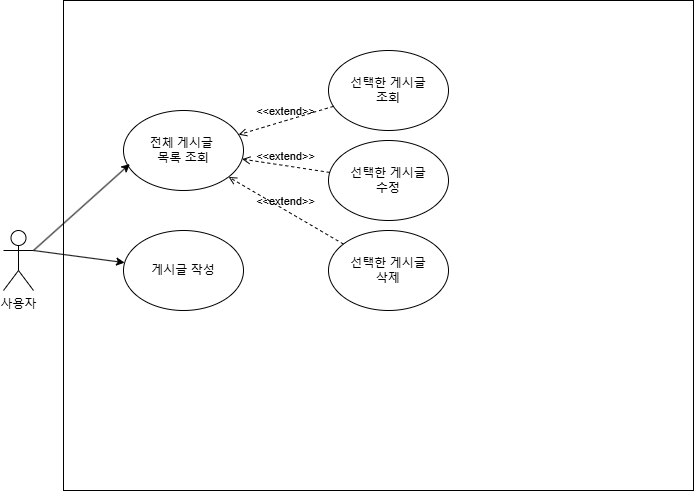
This is src/main/resources/static/usecase.drawio.png from babyslayerr/skeleton-project, a draw.io export, as it was before one commit. Source tidied: cells renumbered, new cells last; positions are measured from the earlier drawing's top-left corner, leaving out a move shared by most shapes. The source it was exported from:
```xml
<mxGraphModel>
  <root>
    <mxCell id="0" />
    <mxCell id="1" parent="0" />
    <mxCell id="2" style="rounded=0;whiteSpace=wrap;html=1;" parent="1" vertex="1">
      <mxGeometry x="60" width="630" height="490" as="geometry" />
    </mxCell>
    <mxCell id="3" value="사용자" style="shape=umlActor;verticalLabelPosition=bottom;verticalAlign=top;html=1;outlineConnect=0;" parent="1" vertex="1">
      <mxGeometry y="230" width="30" height="60" as="geometry" />
    </mxCell>
    <mxCell id="4" value="전체 게시글&amp;nbsp;&lt;div&gt;목록&amp;nbsp;&lt;span style=&quot;background-color: initial;&quot;&gt;조회&lt;/span&gt;&lt;/div&gt;" style="ellipse;whiteSpace=wrap;html=1;" parent="1" vertex="1">
      <mxGeometry x="120" y="110" width="120" height="80" as="geometry" />
    </mxCell>
    <mxCell id="5" style="endArrow=classic;html=1;rounded=0;entryX=0.053;entryY=0.669;entryDx=0;entryDy=0;entryPerimeter=0;" parent="1" edge="1" target="4">
      <mxGeometry relative="1" as="geometry">
        <mxPoint x="30" y="250" as="sourcePoint" />
      </mxGeometry>
    </mxCell>
    <mxCell id="6" style="endArrow=classic;html=1;rounded=0;" parent="1" edge="1" target="7">
      <mxGeometry relative="1" as="geometry">
        <mxPoint x="30" y="250" as="sourcePoint" />
      </mxGeometry>
    </mxCell>
    <mxCell id="7" value="게시글 작성" style="ellipse;whiteSpace=wrap;html=1;" parent="1" vertex="1">
      <mxGeometry x="120" y="230" width="120" height="80" as="geometry" />
    </mxCell>
    <mxCell id="8" value="선택한 게시글&lt;div&gt;조회&lt;/div&gt;" style="ellipse;whiteSpace=wrap;html=1;" parent="1" vertex="1">
      <mxGeometry x="325" y="50" width="120" height="80" as="geometry" />
    </mxCell>
    <mxCell id="9" value="선택한 게시글&lt;div&gt;수정&lt;/div&gt;" style="ellipse;whiteSpace=wrap;html=1;" parent="1" vertex="1">
      <mxGeometry x="325" y="140" width="120" height="80" as="geometry" />
    </mxCell>
    <mxCell id="10" value="선택한 게시글&lt;div&gt;삭제&lt;/div&gt;" style="ellipse;whiteSpace=wrap;html=1;" parent="1" vertex="1">
      <mxGeometry x="325" y="230" width="120" height="80" as="geometry" />
    </mxCell>
    <mxCell id="11" value="&amp;lt;&amp;lt;extend&amp;gt;&amp;gt;" style="html=1;verticalAlign=bottom;labelBackgroundColor=none;endArrow=open;endFill=0;dashed=1;rounded=0;" parent="1" edge="1" source="8" target="4">
      <mxGeometry relative="1" as="geometry" />
    </mxCell>
    <mxCell id="12" value="&amp;lt;&amp;lt;extend&amp;gt;&amp;gt;" style="html=1;verticalAlign=bottom;labelBackgroundColor=none;endArrow=open;endFill=0;dashed=1;rounded=0;" parent="1" edge="1" source="9" target="4">
      <mxGeometry relative="1" as="geometry" />
    </mxCell>
    <mxCell id="13" value="&amp;lt;&amp;lt;extend&amp;gt;&amp;gt;" style="html=1;verticalAlign=bottom;labelBackgroundColor=none;endArrow=open;endFill=0;dashed=1;rounded=0;" parent="1" edge="1" source="10" target="4">
      <mxGeometry relative="1" as="geometry" />
    </mxCell>
  </root>
</mxGraphModel>
```
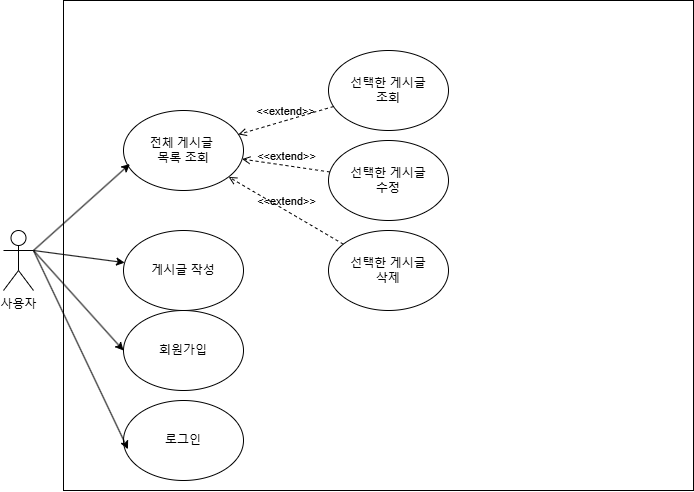
After the commit.

What changed in the source:
```diff
@@ -42,5 +42,19 @@
     <mxCell id="13" value="&amp;lt;&amp;lt;extend&amp;gt;&amp;gt;" style="html=1;verticalAlign=bottom;labelBackgroundColor=none;endArrow=open;endFill=0;dashed=1;rounded=0;" parent="1" edge="1" source="10" target="4">
       <mxGeometry relative="1" as="geometry" />
     </mxCell>
+    <mxCell id="14" value="회원가입" style="ellipse;whiteSpace=wrap;html=1;" parent="1" vertex="1">
+      <mxGeometry x="120" y="310" width="120" height="80" as="geometry" />
+    </mxCell>
+    <mxCell id="15" style="endArrow=classic;html=1;rounded=0;entryX=0;entryY=0.5;entryDx=0;entryDy=0;" parent="1" edge="1" target="14">
+      <mxGeometry relative="1" as="geometry">
+        <mxPoint x="30" y="250" as="sourcePoint" />
+      </mxGeometry>
+    </mxCell>
+    <mxCell id="16" value="로그인" style="ellipse;whiteSpace=wrap;html=1;" parent="1" vertex="1">
+      <mxGeometry x="120" y="400" width="120" height="80" as="geometry" />
+    </mxCell>
+    <mxCell id="17" style="endArrow=classic;html=1;rounded=0;exitX=1;exitY=0.3333333333333333;exitDx=0;exitDy=0;exitPerimeter=0;entryX=0.037;entryY=0.609;entryDx=0;entryDy=0;entryPerimeter=0;" parent="1" edge="1" source="3" target="16">
+      <mxGeometry relative="1" as="geometry" />
+    </mxCell>
   </root>
 </mxGraphModel>
```
